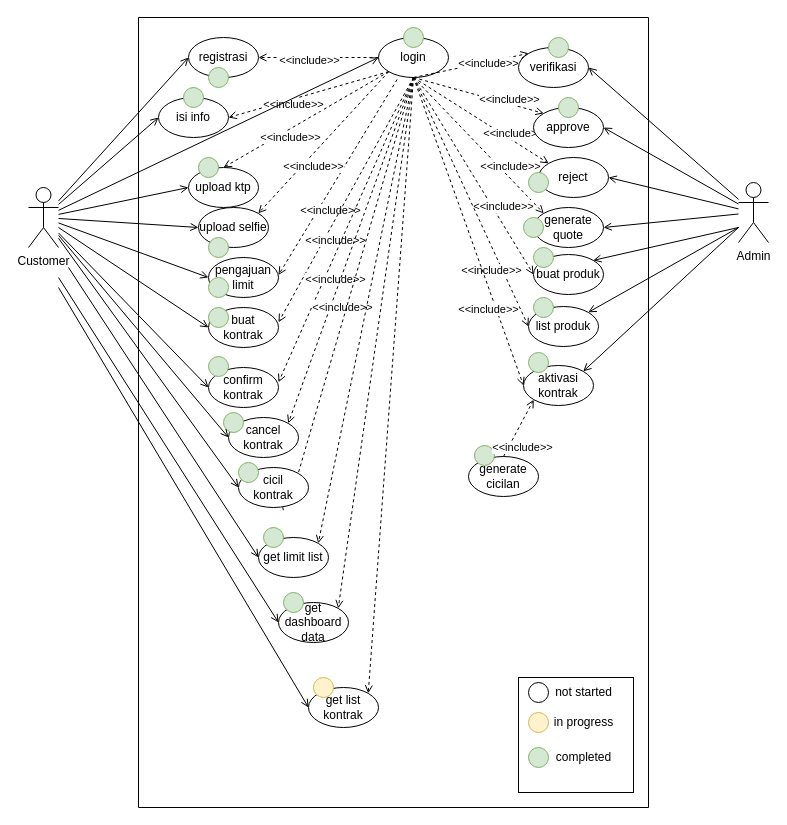
The draw.io diagram page "use case" (1 of 7) of docs/docs.drawio in skyespirates/sikmatek, before the edit. Source tidied: cells renumbered, new cells numbered last; positions are measured from the earlier drawing's top-left corner, leaving out a move shared by most shapes. Both pictures are drawn from the tidied source at 100%, with x=0, y=0 at pixel (28, 17).
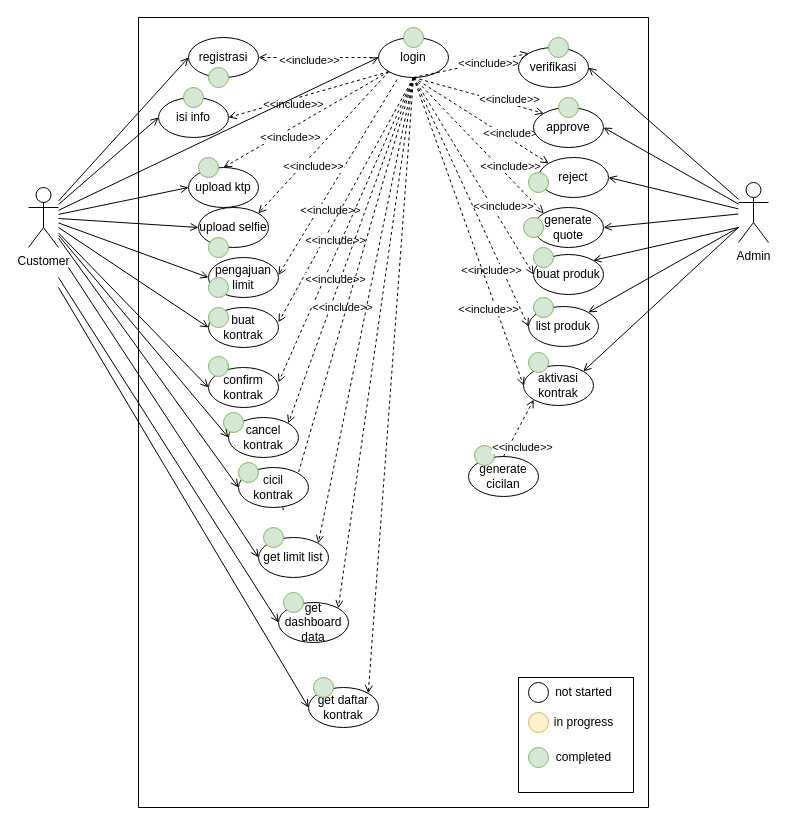
The same diagram, later.

Commit message (it also covers changes not shown here):
feat: add get contract list endpoint

The change refers to these unchanged cells:
```xml
<mxCell id="97" style="group;" parent="2" vertex="1">
  <mxGeometry x="170" y="660" width="70" height="50" as="geometry" />
</mxCell>
```

What changed in the source:
```diff
@@
-    <mxCell id="98" value="get list kontrak" style="ellipse;whiteSpace=wrap;html=1;" parent="97" vertex="1">
+    <mxCell id="98" value="get daftar kontrak" style="ellipse;whiteSpace=wrap;html=1;" parent="97" vertex="1">
       <mxGeometry y="10" width="70" height="40" as="geometry" />
     </mxCell>
-    <mxCell id="99" style="ellipse;whiteSpace=wrap;html=1;fillColor=#fff2cc;strokeColor=#d6b656;" parent="97" vertex="1">
+    <mxCell id="99" style="ellipse;whiteSpace=wrap;html=1;fillColor=#d5e8d4;strokeColor=#82b366;" parent="97" vertex="1">
       <mxGeometry x="5" width="20" height="20" as="geometry" />
     </mxCell>
```
